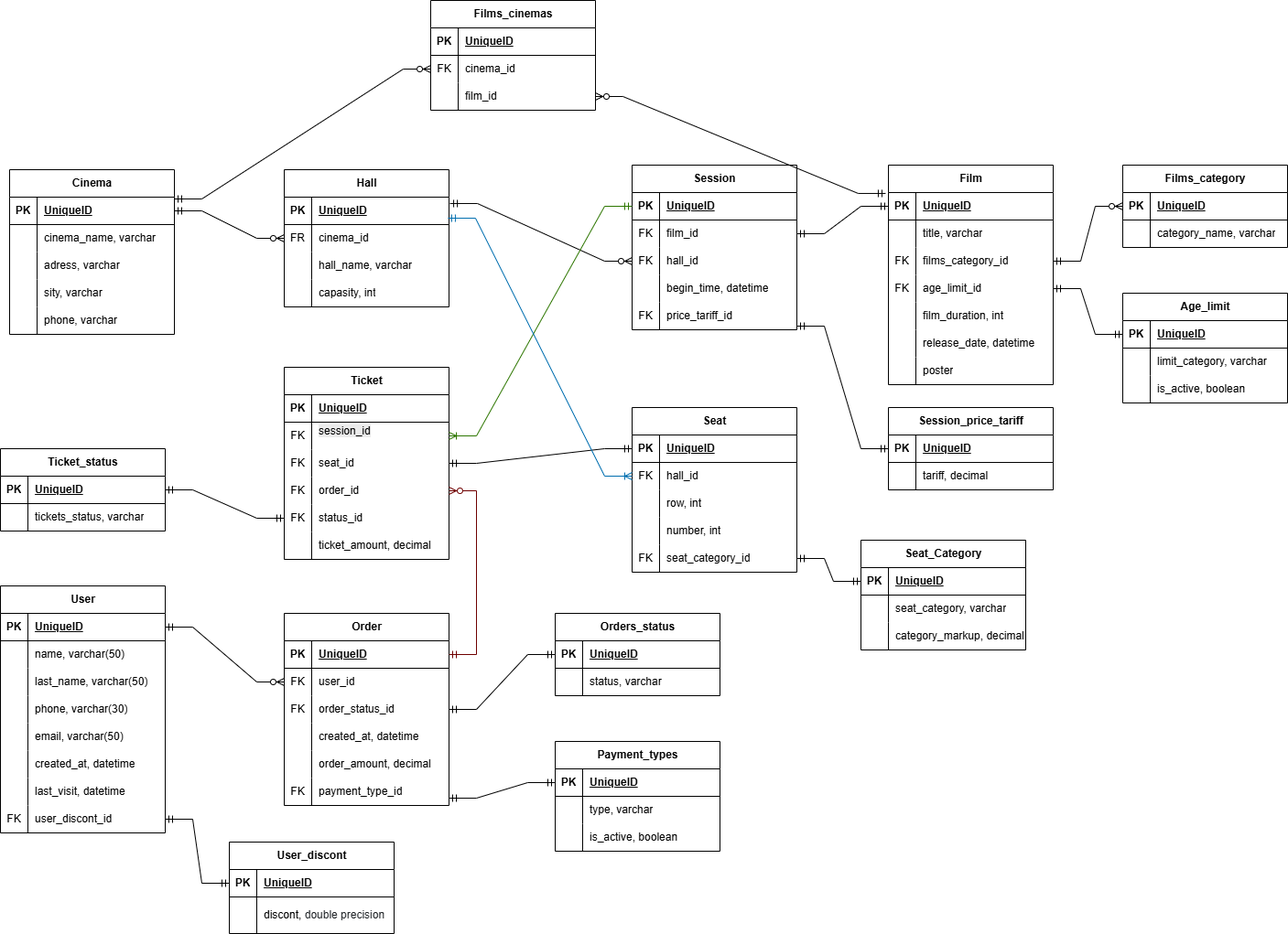
The draw.io diagram cinema.drawio.png in larisa-mama/tests, before a commit. Source tidied: cells renumbered, new cells last; positions are measured from the earlier drawing's top-left corner, leaving out a move shared by most shapes.
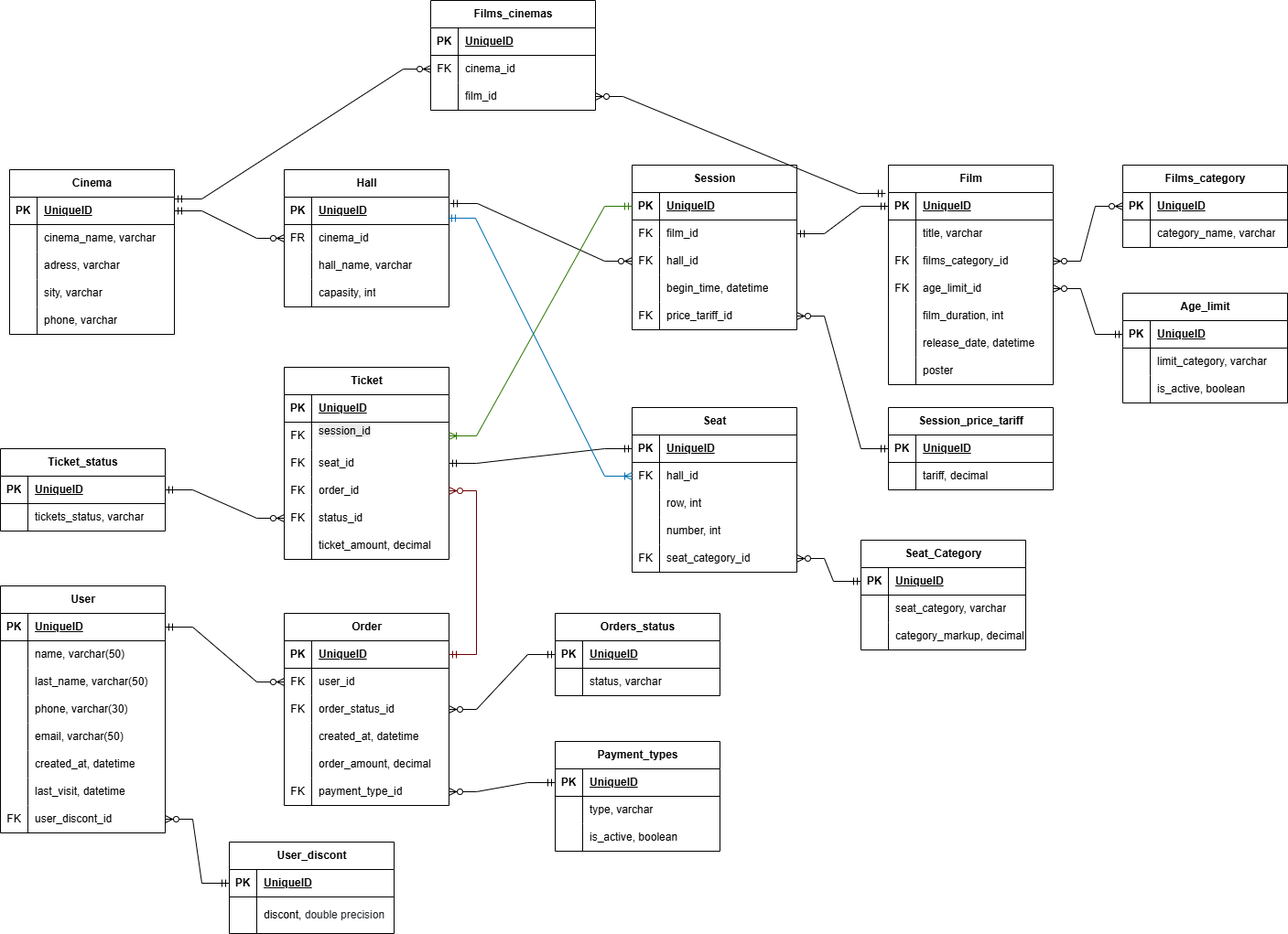
The same diagram one commit later.

Diff of the diagram source:
```diff
@@ -173,9 +173,6 @@
     <mxCell id="58" value="is_active, boolean" style="shape=partialRectangle;fillColor=none;top=0;left=0;bottom=0;right=0;align=left;spacingLeft=6;overflow=hidden;whiteSpace=wrap;html=1;" parent="56" vertex="1">
       <mxGeometry x="30" width="150" height="30" as="geometry" />
     </mxCell>
-    <mxCell id="59" style="edgeStyle=entityRelationEdgeStyle;fontSize=12;html=1;endArrow=ERmandOne;startArrow=ERmandOne;rounded=0;exitX=1;exitY=0.5;exitDx=0;exitDy=0;entryX=0;entryY=0.5;entryDx=0;entryDy=0;" parent="1" edge="1" source="37" target="50">
-      <mxGeometry relative="1" as="geometry" />
-    </mxCell>
     <mxCell id="60" value="Films_category" style="shape=table;startSize=30;rowLines=0;fontStyle=1;align=center;html=1;" parent="1" vertex="1">
       <mxGeometry x="1226" y="180" width="180" height="90" as="geometry" />
     </mxCell>
@@ -197,9 +194,6 @@
     <mxCell id="66" value="category_name, varchar" style="shape=partialRectangle;fillColor=none;top=0;left=0;bottom=0;right=0;align=left;spacingLeft=6;overflow=hidden;whiteSpace=wrap;html=1;" parent="64" vertex="1">
       <mxGeometry x="30" width="150" height="30" as="geometry" />
     </mxCell>
-    <mxCell id="67" style="edgeStyle=entityRelationEdgeStyle;fontSize=12;html=1;endArrow=ERzeroToMany;startArrow=ERmandOne;rounded=0;entryX=0;entryY=0.5;entryDx=0;entryDy=0;" parent="1" edge="1" source="34" target="61">
-      <mxGeometry relative="1" as="geometry" />
-    </mxCell>
     <mxCell id="68" value="Cinema" style="shape=table;startSize=30;rowLines=0;fontStyle=1;align=center;html=1;" parent="1" vertex="1">
       <mxGeometry x="10" y="185" width="180" height="180" as="geometry" />
     </mxCell>
@@ -368,9 +362,6 @@
     <mxCell id="123" value="category_markup, decimal" style="shape=partialRectangle;fillColor=none;top=0;left=0;bottom=0;right=0;align=left;spacingLeft=6;overflow=hidden;whiteSpace=wrap;html=1;" parent="121" vertex="1">
       <mxGeometry x="30" width="150" height="30" as="geometry" />
     </mxCell>
-    <mxCell id="124" style="edgeStyle=entityRelationEdgeStyle;fontSize=12;html=1;endArrow=ERmandOne;startArrow=ERmandOne;rounded=0;exitX=1;exitY=0.5;exitDx=0;exitDy=0;" parent="1" edge="1" source="111" target="115">
-      <mxGeometry relative="1" as="geometry" />
-    </mxCell>
     <mxCell id="125" value="Session" style="shape=table;startSize=30;rowLines=0;fontStyle=1;align=center;html=1;" parent="1" vertex="1">
       <mxGeometry x="690" y="180" width="180" height="180" as="geometry" />
     </mxCell>
@@ -530,18 +521,12 @@
     <mxCell id="177" value="is_active, boolean" style="shape=partialRectangle;fillColor=none;top=0;left=0;bottom=0;right=0;align=left;spacingLeft=6;overflow=hidden;whiteSpace=wrap;html=1;" parent="175" vertex="1">
       <mxGeometry x="30" width="150" height="30" as="geometry" />
     </mxCell>
-    <mxCell id="178" style="edgeStyle=entityRelationEdgeStyle;fontSize=12;html=1;endArrow=ERmandOne;startArrow=ERmandOne;rounded=0;entryX=1;entryY=0.733;entryDx=0;entryDy=0;entryPerimeter=0;" parent="1" edge="1" source="169" target="158">
-      <mxGeometry relative="1" as="geometry" />
-    </mxCell>
     <mxCell id="179" style="edgeStyle=entityRelationEdgeStyle;fontSize=12;html=1;endArrow=ERzeroToMany;startArrow=ERmandOne;rounded=0;entryX=0;entryY=0.5;entryDx=0;entryDy=0;" parent="1" edge="1" source="3" target="146">
       <mxGeometry relative="1" as="geometry" />
     </mxCell>
     <mxCell id="180" style="edgeStyle=entityRelationEdgeStyle;fontSize=12;html=1;endArrow=ERzeroToMany;startArrow=ERmandOne;rounded=0;exitX=1.006;exitY=0.233;exitDx=0;exitDy=0;exitPerimeter=0;" parent="1" edge="1" source="85" target="132">
       <mxGeometry relative="1" as="geometry" />
     </mxCell>
-    <mxCell id="181" style="edgeStyle=entityRelationEdgeStyle;fontSize=12;html=1;endArrow=ERmandOne;startArrow=ERmandOne;rounded=0;entryX=0;entryY=0.5;entryDx=0;entryDy=0;" parent="1" edge="1" source="149" target="162">
-      <mxGeometry relative="1" as="geometry" />
-    </mxCell>
     <mxCell id="182" value="Ticket" style="shape=table;startSize=30;rowLines=0;fontStyle=1;align=center;html=1;" parent="1" vertex="1">
       <mxGeometry x="310" y="401" width="180" height="210" as="geometry" />
     </mxCell>
@@ -620,9 +605,6 @@
     <mxCell id="207" value="tickets_status, varchar" style="shape=partialRectangle;fillColor=none;top=0;left=0;bottom=0;right=0;align=left;spacingLeft=6;overflow=hidden;whiteSpace=wrap;html=1;" parent="205" vertex="1">
       <mxGeometry x="30" width="150" height="30" as="geometry" />
     </mxCell>
-    <mxCell id="208" style="edgeStyle=entityRelationEdgeStyle;fontSize=12;html=1;endArrow=ERmandOne;startArrow=ERmandOne;rounded=0;exitX=1;exitY=0.5;exitDx=0;exitDy=0;" parent="1" edge="1" source="202" target="195">
-      <mxGeometry relative="1" as="geometry" />
-    </mxCell>
     <mxCell id="209" style="edgeStyle=entityRelationEdgeStyle;fontSize=12;html=1;endArrow=ERoneToMany;startArrow=ERmandOne;rounded=0;fillColor=#60a917;strokeColor=#2D7600;" parent="1" edge="1" source="126" target="186">
       <mxGeometry relative="1" as="geometry" />
     </mxCell>
@@ -677,12 +659,6 @@
     <mxCell id="226" value="&lt;font face=&quot;Helvetica&quot;&gt;discont, &lt;font color=&quot;#212529&quot;&gt;&lt;span style=&quot;background-color: rgb(255, 255, 255);&quot;&gt;double precision&lt;/span&gt;&lt;/font&gt;&lt;/font&gt;" style="shape=partialRectangle;fillColor=none;top=0;left=0;bottom=0;right=0;align=left;spacingLeft=6;overflow=hidden;whiteSpace=wrap;html=1;" parent="224" vertex="1">
       <mxGeometry x="30" width="150" height="40" as="geometry" />
     </mxCell>
-    <mxCell id="227" style="edgeStyle=entityRelationEdgeStyle;fontSize=12;html=1;endArrow=ERmandOne;startArrow=ERmandOne;rounded=0;entryX=0;entryY=0.5;entryDx=0;entryDy=0;" parent="1" edge="1" source="24" target="221">
-      <mxGeometry relative="1" as="geometry" />
-    </mxCell>
-    <mxCell id="228" style="edgeStyle=entityRelationEdgeStyle;fontSize=12;html=1;endArrow=ERmandOne;startArrow=ERmandOne;rounded=0;exitX=1;exitY=0.867;exitDx=0;exitDy=0;exitPerimeter=0;entryX=0;entryY=0.5;entryDx=0;entryDy=0;" parent="1" edge="1" source="138" target="214">
-      <mxGeometry relative="1" as="geometry" />
-    </mxCell>
     <mxCell id="229" value="Films_cinemas" style="shape=table;startSize=30;rowLines=0;fontStyle=1;align=center;html=1;" parent="1" vertex="1">
       <mxGeometry x="470" width="180" height="120" as="geometry" />
     </mxCell>
@@ -721,5 +697,29 @@
     <mxCell id="240" style="edgeStyle=entityRelationEdgeStyle;fontSize=12;html=1;endArrow=ERzeroToMany;startArrow=ERmandOne;rounded=0;entryX=1;entryY=0.5;entryDx=0;entryDy=0;exitX=-0.017;exitY=0.129;exitDx=0;exitDy=0;exitPerimeter=0;" parent="1" edge="1" source="27" target="236">
       <mxGeometry relative="1" as="geometry" />
     </mxCell>
+    <mxCell id="241" style="edgeStyle=entityRelationEdgeStyle;fontSize=12;html=1;endArrow=ERzeroToMany;startArrow=ERmandOne;rounded=0;entryX=1;entryY=0.5;entryDx=0;entryDy=0;exitX=0;exitY=0.5;exitDx=0;exitDy=0;" parent="1" edge="1" source="115" target="111">
+      <mxGeometry relative="1" as="geometry" />
+    </mxCell>
+    <mxCell id="242" style="edgeStyle=entityRelationEdgeStyle;fontSize=12;html=1;endArrow=ERzeroToMany;startArrow=ERmandOne;rounded=0;entryX=1;entryY=0.5;entryDx=0;entryDy=0;exitX=0;exitY=0.5;exitDx=0;exitDy=0;" parent="1" edge="1" source="162" target="149">
+      <mxGeometry relative="1" as="geometry" />
+    </mxCell>
+    <mxCell id="178" style="edgeStyle=entityRelationEdgeStyle;fontSize=12;html=1;endArrow=ERzeroToMany;startArrow=ERmandOne;rounded=0;exitX=0;exitY=0.5;exitDx=0;exitDy=0;" parent="1" edge="1" source="169" target="158">
+      <mxGeometry relative="1" as="geometry" />
+    </mxCell>
+    <mxCell id="243" style="edgeStyle=entityRelationEdgeStyle;fontSize=12;html=1;endArrow=ERzeroToMany;startArrow=ERmandOne;rounded=0;exitX=0;exitY=0.5;exitDx=0;exitDy=0;entryX=1;entryY=0.5;entryDx=0;entryDy=0;" parent="1" edge="1" source="221" target="24">
+      <mxGeometry relative="1" as="geometry" />
+    </mxCell>
+    <mxCell id="208" style="edgeStyle=entityRelationEdgeStyle;fontSize=12;html=1;endArrow=ERzeroToMany;startArrow=ERmandOne;rounded=0;exitX=1;exitY=0.5;exitDx=0;exitDy=0;entryX=0;entryY=0.5;entryDx=0;entryDy=0;" parent="1" edge="1" source="202" target="195">
+      <mxGeometry relative="1" as="geometry" />
+    </mxCell>
+    <mxCell id="244" style="edgeStyle=entityRelationEdgeStyle;fontSize=12;html=1;endArrow=ERzeroToMany;startArrow=ERmandOne;rounded=0;entryX=1;entryY=0.5;entryDx=0;entryDy=0;exitX=0;exitY=0.5;exitDx=0;exitDy=0;" parent="1" edge="1" source="214" target="138">
+      <mxGeometry relative="1" as="geometry" />
+    </mxCell>
+    <mxCell id="245" style="edgeStyle=entityRelationEdgeStyle;fontSize=12;html=1;endArrow=ERzeroToMany;startArrow=ERmandOne;rounded=0;entryX=1;entryY=0.5;entryDx=0;entryDy=0;exitX=0;exitY=0.5;exitDx=0;exitDy=0;" parent="1" edge="1" source="50" target="37">
+      <mxGeometry relative="1" as="geometry" />
+    </mxCell>
+    <mxCell id="67" style="edgeStyle=entityRelationEdgeStyle;fontSize=12;html=1;endArrow=ERzeroToMany;endFill=1;startArrow=ERzeroToMany;rounded=0;entryX=0;entryY=0.5;entryDx=0;entryDy=0;" parent="1" edge="1" source="34" target="61">
+      <mxGeometry relative="1" as="geometry" />
+    </mxCell>
   </root>
 </mxGraphModel>
```
